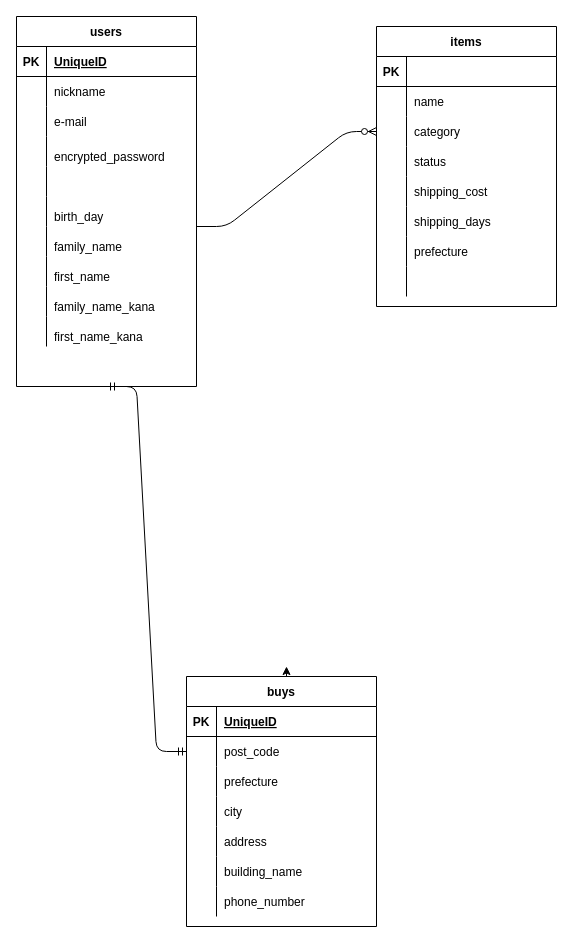
Before: test.dio in tsizo/furima-34274, a draw.io diagram. Source tidied: cells renumbered, new cells numbered last; positions are measured from the earlier drawing's top-left corner, leaving out a move shared by most shapes. Both pictures are drawn from the tidied source at 100%, with x=0, y=0 at pixel (16, 16).
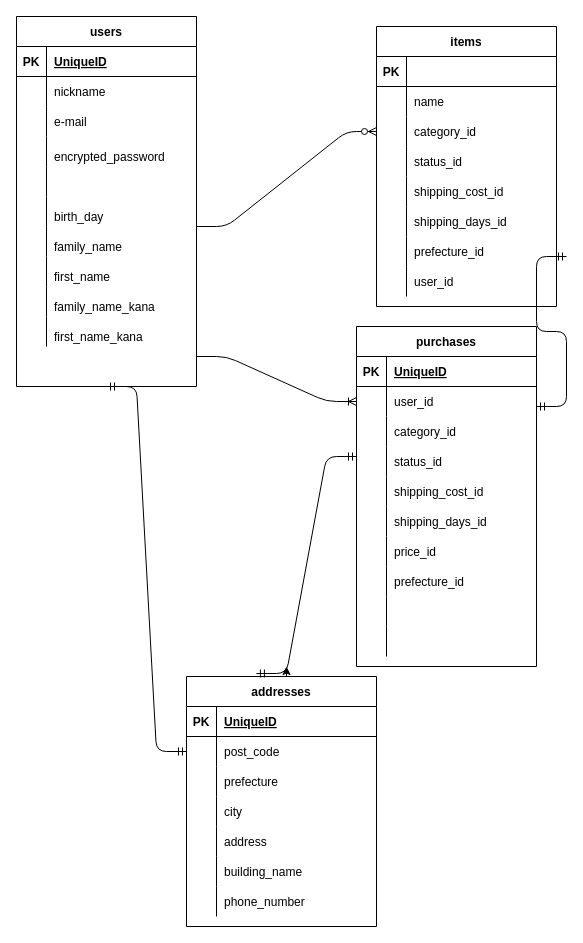
The same page after the edit.

Commit message (it also covers changes not shown here):
データベース修正

Unchanged cells that the change refers to:
```xml
<mxCell id="41" style="shape=partialRectangle;fillColor=none;top=0;left=0;bottom=0;right=0;points=[[0,0.5],[1,0.5]];portConstraint=eastwest;" parent="34" vertex="1">
  <mxGeometry y="90" width="180" height="30" as="geometry" />
</mxCell>
<mxCell id="44" style="shape=partialRectangle;fillColor=none;top=0;left=0;bottom=0;right=0;" parent="34" vertex="1">
  <mxGeometry y="120" width="180" height="30" as="geometry" />
</mxCell>
<mxCell id="47" style="shape=partialRectangle;fillColor=none;top=0;left=0;bottom=0;right=0;" parent="34" vertex="1">
  <mxGeometry y="150" width="180" height="30" as="geometry" />
</mxCell>
<mxCell id="50" style="shape=partialRectangle;fillColor=none;top=0;left=0;bottom=0;right=0;" parent="34" vertex="1">
  <mxGeometry y="180" width="180" height="30" as="geometry" />
</mxCell>
<mxCell id="53" style="shape=partialRectangle;fillColor=none;top=0;left=0;bottom=0;right=0;" parent="34" vertex="1">
  <mxGeometry y="210" width="180" height="30" as="geometry" />
</mxCell>
<mxCell id="56" style="shape=partialRectangle;fillColor=none;top=0;left=0;bottom=0;right=0;" parent="34" vertex="1">
  <mxGeometry y="240" width="180" height="30" as="geometry" />
</mxCell>
```

The edit, as a diff of the source:
```diff
@@
-    <mxCell id="43" value="category" style="shape=partialRectangle;fillColor=none;top=0;left=0;bottom=0;right=0;align=left;spacingLeft=6;overflow=hidden;" parent="41" vertex="1">
+    <mxCell id="43" value="category_id" style="shape=partialRectangle;fillColor=none;top=0;left=0;bottom=0;right=0;align=left;spacingLeft=6;overflow=hidden;" parent="41" vertex="1">
       <mxGeometry x="30" width="150" height="30" as="geometry" />
     </mxCell>
@@
-    <mxCell id="46" value="status" style="shape=partialRectangle;fillColor=none;top=0;left=0;bottom=0;right=0;align=left;spacingLeft=6;overflow=hidden;" parent="44" vertex="1">
+    <mxCell id="46" value="status_id" style="shape=partialRectangle;fillColor=none;top=0;left=0;bottom=0;right=0;align=left;spacingLeft=6;overflow=hidden;" parent="44" vertex="1">
       <mxGeometry x="30" width="150" height="30" as="geometry" />
     </mxCell>
@@
-    <mxCell id="49" value="shipping_cost" style="shape=partialRectangle;fillColor=none;top=0;left=0;bottom=0;right=0;align=left;spacingLeft=6;overflow=hidden;" parent="47" vertex="1">
+    <mxCell id="49" value="shipping_cost_id" style="shape=partialRectangle;fillColor=none;top=0;left=0;bottom=0;right=0;align=left;spacingLeft=6;overflow=hidden;" parent="47" vertex="1">
       <mxGeometry x="30" width="150" height="30" as="geometry" />
     </mxCell>
@@
-    <mxCell id="52" value="shipping_days" style="shape=partialRectangle;fillColor=none;top=0;left=0;bottom=0;right=0;align=left;spacingLeft=6;overflow=hidden;" parent="50" vertex="1">
+    <mxCell id="52" value="shipping_days_id" style="shape=partialRectangle;fillColor=none;top=0;left=0;bottom=0;right=0;align=left;spacingLeft=6;overflow=hidden;" parent="50" vertex="1">
       <mxGeometry x="30" width="150" height="30" as="geometry" />
     </mxCell>
@@
-    <mxCell id="55" value="prefecture" style="shape=partialRectangle;fillColor=none;top=0;left=0;bottom=0;right=0;align=left;spacingLeft=6;overflow=hidden;" parent="53" vertex="1">
+    <mxCell id="55" value="prefecture_id" style="shape=partialRectangle;fillColor=none;top=0;left=0;bottom=0;right=0;align=left;spacingLeft=6;overflow=hidden;" parent="53" vertex="1">
       <mxGeometry x="30" width="150" height="30" as="geometry" />
     </mxCell>
@@
-    <mxCell id="58" style="shape=partialRectangle;fillColor=none;top=0;left=0;bottom=0;right=0;align=left;spacingLeft=6;overflow=hidden;" parent="56" vertex="1">
+    <mxCell id="58" value="user_id" style="shape=partialRectangle;fillColor=none;top=0;left=0;bottom=0;right=0;align=left;spacingLeft=6;overflow=hidden;" parent="56" vertex="1">
       <mxGeometry x="30" width="150" height="30" as="geometry" />
     </mxCell>
-    <mxCell id="59" value="buys" style="shape=table;startSize=30;childLayout=tableLayout;rowLines=0;fontStyle=1;align=center;" parent="1" vertex="1">
+    <mxCell id="59" value="addresses" style="shape=table;startSize=30;childLayout=tableLayout;rowLines=0;fontStyle=1;align=center;" parent="1" vertex="1">
       <mxGeometry x="170" y="660" width="190" height="250" as="geometry" />
     </mxCell>
@@
+    <mxCell id="84" value="purchases" style="shape=table;startSize=30;childLayout=tableLayout;rowLines=0;fontStyle=1;align=center;" parent="1" vertex="1">
+      <mxGeometry x="340" y="310" width="180" height="340" as="geometry" />
+    </mxCell>
+    <mxCell id="85" style="shape=partialRectangle;fillColor=none;top=0;left=0;bottom=1;right=0;" parent="84" vertex="1">
+      <mxGeometry y="30" width="180" height="30" as="geometry" />
+    </mxCell>
+    <mxCell id="86" value="PK" style="shape=partialRectangle;fillColor=none;top=0;left=0;bottom=0;right=0;fontStyle=1;overflow=hidden;" parent="85" vertex="1">
+      <mxGeometry width="30" height="30" as="geometry" />
+    </mxCell>
+    <mxCell id="87" value="UniqueID" style="shape=partialRectangle;fillColor=none;top=0;left=0;bottom=0;right=0;align=left;spacingLeft=6;fontStyle=5;overflow=hidden;" parent="85" vertex="1">
+      <mxGeometry x="30" width="150" height="30" as="geometry" />
+    </mxCell>
+    <mxCell id="88" style="shape=partialRectangle;fillColor=none;top=0;left=0;bottom=0;right=0;points=[[0,0.5],[1,0.5]];portConstraint=eastwest;" parent="84" vertex="1">
+      <mxGeometry y="60" width="180" height="30" as="geometry" />
+    </mxCell>
+    <mxCell id="89" style="shape=partialRectangle;fillColor=none;top=0;left=0;bottom=0;right=0;overflow=hidden;" parent="88" vertex="1">
+      <mxGeometry width="30" height="30" as="geometry" />
+    </mxCell>
+    <mxCell id="90" value="user_id" style="shape=partialRectangle;fillColor=none;top=0;left=0;bottom=0;right=0;align=left;spacingLeft=6;overflow=hidden;" parent="88" vertex="1">
+      <mxGeometry x="30" width="150" height="30" as="geometry" />
+    </mxCell>
+    <mxCell id="91" style="shape=partialRectangle;fillColor=none;top=0;left=0;bottom=0;right=0;" parent="84" vertex="1">
+      <mxGeometry y="90" width="180" height="30" as="geometry" />
+    </mxCell>
+    <mxCell id="92" style="shape=partialRectangle;fillColor=none;top=0;left=0;bottom=0;right=0;overflow=hidden;" parent="91" vertex="1">
+      <mxGeometry width="30" height="30" as="geometry" />
+    </mxCell>
+    <mxCell id="93" value="category_id" style="shape=partialRectangle;fillColor=none;top=0;left=0;bottom=0;right=0;align=left;spacingLeft=6;overflow=hidden;" parent="91" vertex="1">
+      <mxGeometry x="30" width="150" height="30" as="geometry" />
+    </mxCell>
+    <mxCell id="94" style="shape=partialRectangle;fillColor=none;top=0;left=0;bottom=0;right=0;" parent="84" vertex="1">
+      <mxGeometry y="120" width="180" height="30" as="geometry" />
+    </mxCell>
+    <mxCell id="95" style="shape=partialRectangle;fillColor=none;top=0;left=0;bottom=0;right=0;overflow=hidden;" parent="94" vertex="1">
+      <mxGeometry width="30" height="30" as="geometry" />
+    </mxCell>
+    <mxCell id="96" value="status_id" style="shape=partialRectangle;fillColor=none;top=0;left=0;bottom=0;right=0;align=left;spacingLeft=6;overflow=hidden;" parent="94" vertex="1">
+      <mxGeometry x="30" width="150" height="30" as="geometry" />
+    </mxCell>
+    <mxCell id="97" style="shape=partialRectangle;fillColor=none;top=0;left=0;bottom=0;right=0;" parent="84" vertex="1">
+      <mxGeometry y="150" width="180" height="30" as="geometry" />
+    </mxCell>
+    <mxCell id="98" style="shape=partialRectangle;fillColor=none;top=0;left=0;bottom=0;right=0;overflow=hidden;" parent="97" vertex="1">
+      <mxGeometry width="30" height="30" as="geometry" />
+    </mxCell>
+    <mxCell id="99" value="shipping_cost_id" style="shape=partialRectangle;fillColor=none;top=0;left=0;bottom=0;right=0;align=left;spacingLeft=6;overflow=hidden;" parent="97" vertex="1">
+      <mxGeometry x="30" width="150" height="30" as="geometry" />
+    </mxCell>
+    <mxCell id="100" style="shape=partialRectangle;fillColor=none;top=0;left=0;bottom=0;right=0;" parent="84" vertex="1">
+      <mxGeometry y="180" width="180" height="30" as="geometry" />
+    </mxCell>
+    <mxCell id="101" style="shape=partialRectangle;fillColor=none;top=0;left=0;bottom=0;right=0;overflow=hidden;" parent="100" vertex="1">
+      <mxGeometry width="30" height="30" as="geometry" />
+    </mxCell>
+    <mxCell id="102" value="shipping_days_id" style="shape=partialRectangle;fillColor=none;top=0;left=0;bottom=0;right=0;align=left;spacingLeft=6;overflow=hidden;" parent="100" vertex="1">
+      <mxGeometry x="30" width="150" height="30" as="geometry" />
+    </mxCell>
+    <mxCell id="103" style="shape=partialRectangle;fillColor=none;top=0;left=0;bottom=0;right=0;" parent="84" vertex="1">
+      <mxGeometry y="210" width="180" height="30" as="geometry" />
+    </mxCell>
+    <mxCell id="104" style="shape=partialRectangle;fillColor=none;top=0;left=0;bottom=0;right=0;overflow=hidden;" parent="103" vertex="1">
+      <mxGeometry width="30" height="30" as="geometry" />
+    </mxCell>
+    <mxCell id="105" value="price_id" style="shape=partialRectangle;fillColor=none;top=0;left=0;bottom=0;right=0;align=left;spacingLeft=6;overflow=hidden;" parent="103" vertex="1">
+      <mxGeometry x="30" width="150" height="30" as="geometry" />
+    </mxCell>
+    <mxCell id="106" style="shape=partialRectangle;fillColor=none;top=0;left=0;bottom=0;right=0;" parent="84" vertex="1">
+      <mxGeometry y="240" width="180" height="30" as="geometry" />
+    </mxCell>
+    <mxCell id="107" style="shape=partialRectangle;fillColor=none;top=0;left=0;bottom=0;right=0;overflow=hidden;" parent="106" vertex="1">
+      <mxGeometry width="30" height="30" as="geometry" />
+    </mxCell>
+    <mxCell id="108" value="prefecture_id" style="shape=partialRectangle;fillColor=none;top=0;left=0;bottom=0;right=0;align=left;spacingLeft=6;overflow=hidden;" parent="106" vertex="1">
+      <mxGeometry x="30" width="150" height="30" as="geometry" />
+    </mxCell>
+    <mxCell id="109" style="shape=partialRectangle;fillColor=none;top=0;left=0;bottom=0;right=0;" parent="84" vertex="1">
+      <mxGeometry y="270" width="180" height="30" as="geometry" />
+    </mxCell>
+    <mxCell id="110" style="shape=partialRectangle;fillColor=none;top=0;left=0;bottom=0;right=0;overflow=hidden;" parent="109" vertex="1">
+      <mxGeometry width="30" height="30" as="geometry" />
+    </mxCell>
+    <mxCell id="111" style="shape=partialRectangle;fillColor=none;top=0;left=0;bottom=0;right=0;align=left;spacingLeft=6;overflow=hidden;" parent="109" vertex="1">
+      <mxGeometry x="30" width="150" height="30" as="geometry" />
+    </mxCell>
+    <mxCell id="112" style="shape=partialRectangle;fillColor=none;top=0;left=0;bottom=0;right=0;" parent="84" vertex="1">
+      <mxGeometry y="300" width="180" height="30" as="geometry" />
+    </mxCell>
+    <mxCell id="113" style="shape=partialRectangle;fillColor=none;top=0;left=0;bottom=0;right=0;overflow=hidden;" parent="112" vertex="1">
+      <mxGeometry width="30" height="30" as="geometry" />
+    </mxCell>
+    <mxCell id="114" style="shape=partialRectangle;fillColor=none;top=0;left=0;bottom=0;right=0;align=left;spacingLeft=6;overflow=hidden;" parent="112" vertex="1">
+      <mxGeometry x="30" width="150" height="30" as="geometry" />
+    </mxCell>
+    <mxCell id="115" style="edgeStyle=entityRelationEdgeStyle;fontSize=12;html=1;endArrow=ERoneToMany;entryX=0;entryY=0.5;entryDx=0;entryDy=0;" parent="1" edge="1" target="88">
+      <mxGeometry relative="1" as="geometry">
+        <mxPoint x="180" y="340" as="sourcePoint" />
+      </mxGeometry>
+    </mxCell>
+    <mxCell id="116" style="edgeStyle=entityRelationEdgeStyle;fontSize=12;html=1;endArrow=ERmandOne;startArrow=ERmandOne;exitX=0.368;exitY=-0.012;exitDx=0;exitDy=0;exitPerimeter=0;" parent="1" edge="1" source="59">
+      <mxGeometry relative="1" as="geometry">
+        <mxPoint x="340" y="440" as="targetPoint" />
+      </mxGeometry>
+    </mxCell>
+    <mxCell id="117" style="edgeStyle=entityRelationEdgeStyle;fontSize=12;html=1;endArrow=ERmandOne;startArrow=ERmandOne;" parent="1" edge="1">
+      <mxGeometry relative="1" as="geometry">
+        <mxPoint x="520" y="390" as="sourcePoint" />
+        <mxPoint x="550" y="240" as="targetPoint" />
+      </mxGeometry>
+    </mxCell>
```
